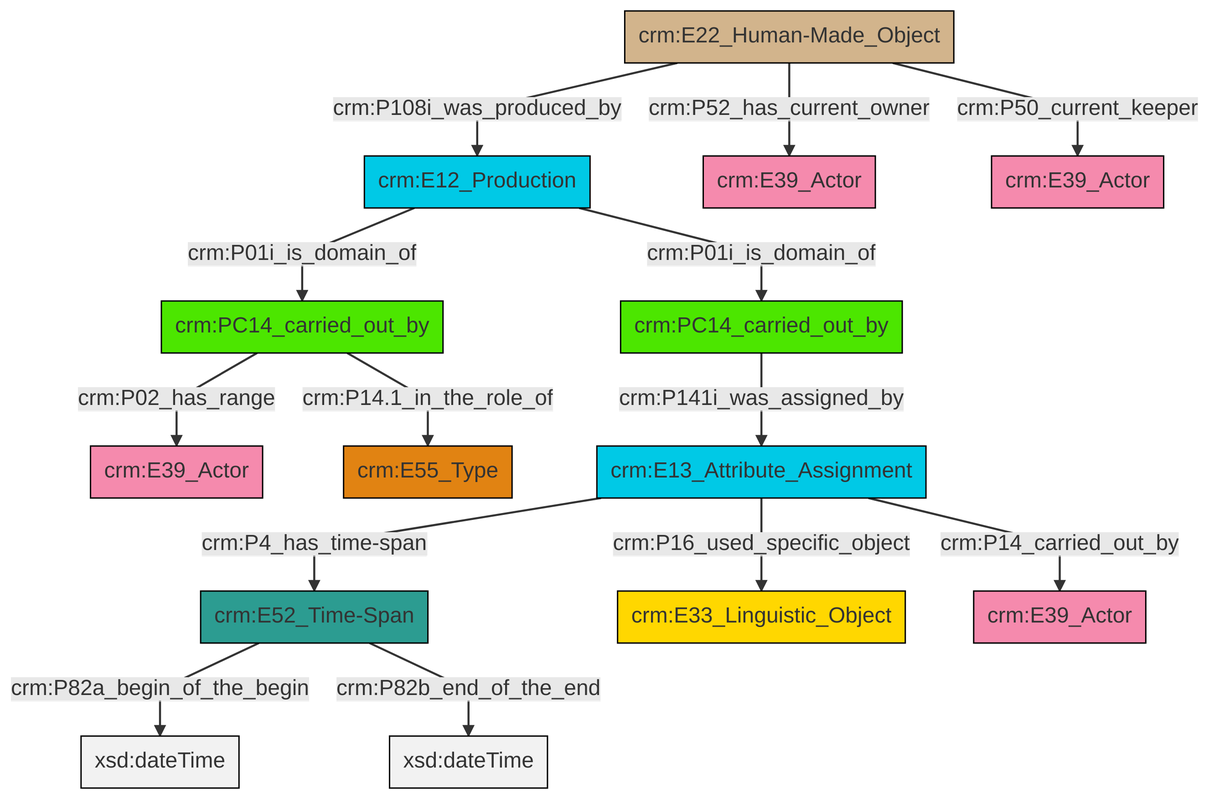
Earlier version of the Mermaid export et/carrierCSV/ttl/mmd/png/carrier_relations.png (swiss-art-research-net/docs.swissartresearch). Its source is kept beside it as et/carrierCSV/ttl/mmd/carrier_relations.ttl.mmd.
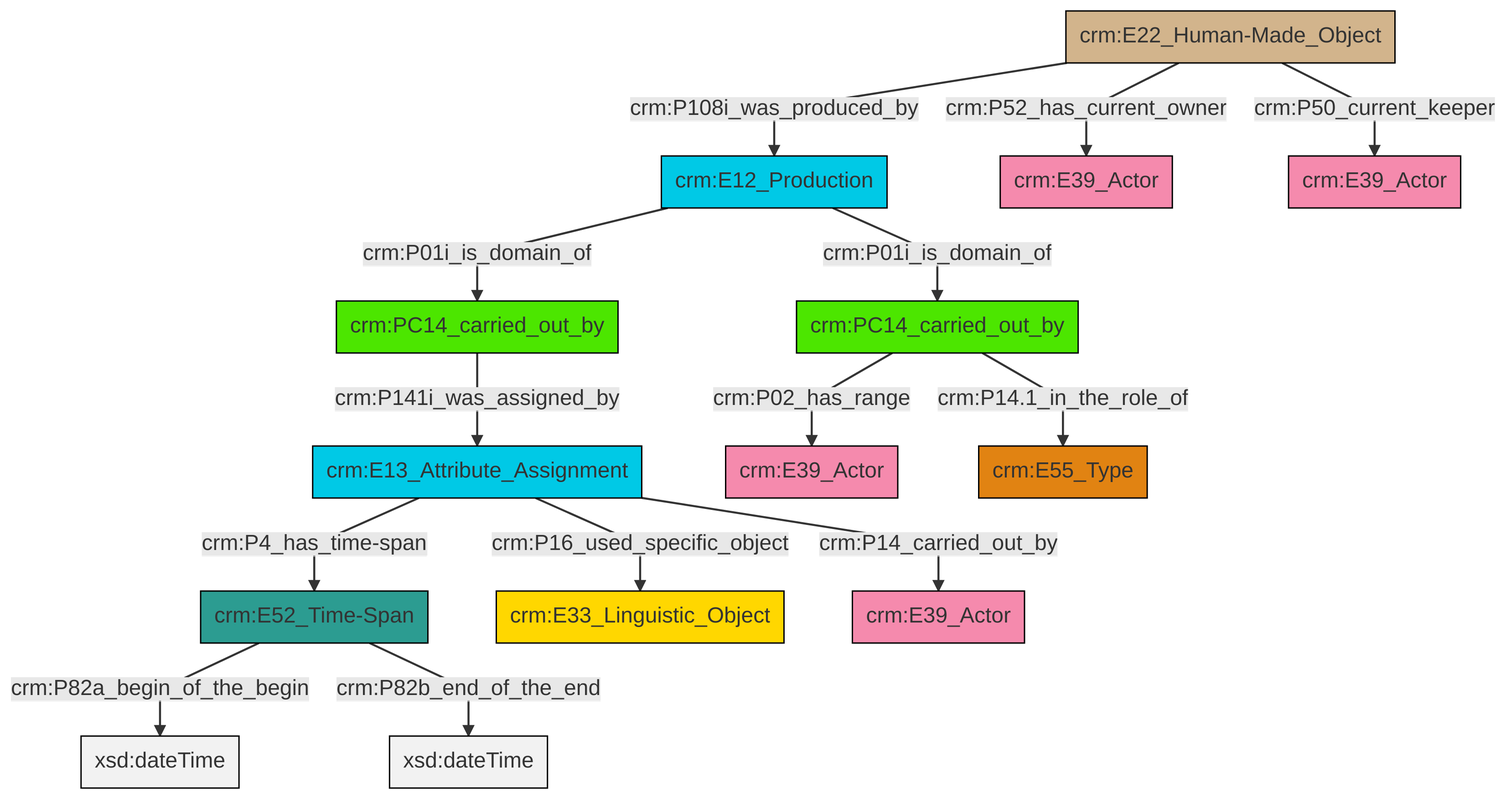
The same diagram one commit later.

The edit, as a diff of the source:
```diff
@@ -13,16 +13,16 @@
 classDef PC_Classes fill:#4ce600, stroke:#000000;
 classDef Multi fill:#cccccc,stroke:#000000;
 
-0["crm:E12_Production"]:::Temporal_Entity -->|crm:P01i_is_domain_of| 1["crm:PC14_carried_out_by"]:::PC_Classes
-0["crm:E12_Production"]:::Temporal_Entity -->|crm:P01i_is_domain_of| 2["crm:PC14_carried_out_by"]:::PC_Classes
-1["crm:PC14_carried_out_by"]:::PC_Classes -->|crm:P02_has_range| 3["crm:E39_Actor"]:::Actor
-2["crm:PC14_carried_out_by"]:::PC_Classes -->|crm:P141i_was_assigned_by| 4["crm:E13_Attribute_Assignment"]:::Temporal_Entity
-6["crm:E22_Human-Made_Object"]:::Physical_Thing -->|crm:P108i_was_produced_by| 0["crm:E12_Production"]:::Temporal_Entity
-4["crm:E13_Attribute_Assignment"]:::Temporal_Entity -->|crm:P4_has_time-span| 10["crm:E52_Time-Span"]:::Time-Span
-10["crm:E52_Time-Span"]:::Time-Span -->|crm:P82a_begin_of_the_begin| 11[xsd:dateTime]:::Literal
-1["crm:PC14_carried_out_by"]:::PC_Classes -->|crm:P14.1_in_the_role_of| 17["crm:E55_Type"]:::Type
-6["crm:E22_Human-Made_Object"]:::Physical_Thing -->|crm:P52_has_current_owner| 18["crm:E39_Actor"]:::Actor
-4["crm:E13_Attribute_Assignment"]:::Temporal_Entity -->|crm:P16_used_specific_object| 15["crm:E33_Linguistic_Object"]:::Conceptual_Object
-4["crm:E13_Attribute_Assignment"]:::Temporal_Entity -->|crm:P14_carried_out_by| 8["crm:E39_Actor"]:::Actor
-6["crm:E22_Human-Made_Object"]:::Physical_Thing -->|crm:P50_current_keeper| 21["crm:E39_Actor"]:::Actor
-10["crm:E52_Time-Span"]:::Time-Span -->|crm:P82b_end_of_the_end| 24[xsd:dateTime]:::Literal
+0["crm:PC14_carried_out_by"]:::PC_Classes -->|crm:P141i_was_assigned_by| 1["crm:E13_Attribute_Assignment"]:::Temporal_Entity
+2["crm:E52_Time-Span"]:::Time-Span -->|crm:P82a_begin_of_the_begin| 3[xsd:dateTime]:::Literal
+1["crm:E13_Attribute_Assignment"]:::Temporal_Entity -->|crm:P16_used_specific_object| 4["crm:E33_Linguistic_Object"]:::Conceptual_Object
+5["crm:E12_Production"]:::Temporal_Entity -->|crm:P01i_is_domain_of| 6["crm:PC14_carried_out_by"]:::PC_Classes
+6["crm:PC14_carried_out_by"]:::PC_Classes -->|crm:P02_has_range| 8["crm:E39_Actor"]:::Actor
+1["crm:E13_Attribute_Assignment"]:::Temporal_Entity -->|crm:P4_has_time-span| 2["crm:E52_Time-Span"]:::Time-Span
+2["crm:E52_Time-Span"]:::Time-Span -->|crm:P82b_end_of_the_end| 16[xsd:dateTime]:::Literal
+1["crm:E13_Attribute_Assignment"]:::Temporal_Entity -->|crm:P14_carried_out_by| 12["crm:E39_Actor"]:::Actor
+14["crm:E22_Human-Made_Object"]:::Physical_Thing -->|crm:P50_current_keeper| 17["crm:E39_Actor"]:::Actor
+5["crm:E12_Production"]:::Temporal_Entity -->|crm:P01i_is_domain_of| 0["crm:PC14_carried_out_by"]:::PC_Classes
+6["crm:PC14_carried_out_by"]:::PC_Classes -->|crm:P14.1_in_the_role_of| 20["crm:E55_Type"]:::Type
+14["crm:E22_Human-Made_Object"]:::Physical_Thing -->|crm:P52_has_current_owner| 10["crm:E39_Actor"]:::Actor
+14["crm:E22_Human-Made_Object"]:::Physical_Thing -->|crm:P108i_was_produced_by| 5["crm:E12_Production"]:::Temporal_Entity
```
